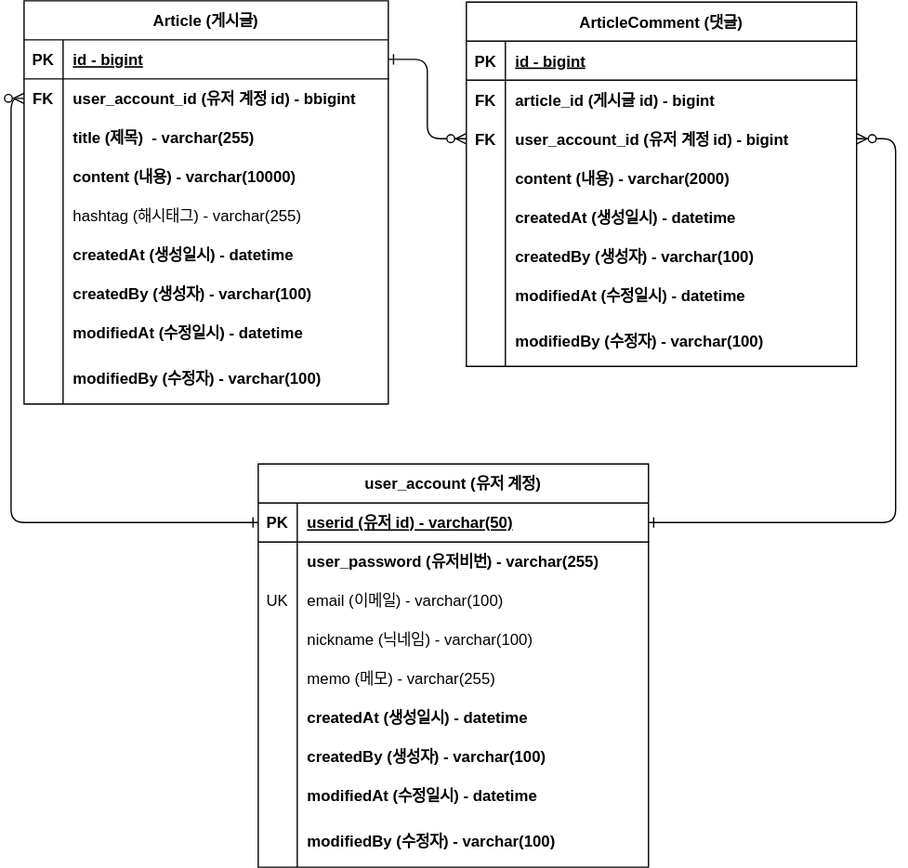
This is document/board-erd.svg from HUN0904/project-board, a draw.io export, as it was before one commit. Source tidied: cells renumbered, new cells last; positions are measured from the earlier drawing's top-left corner, leaving out a move shared by most shapes.
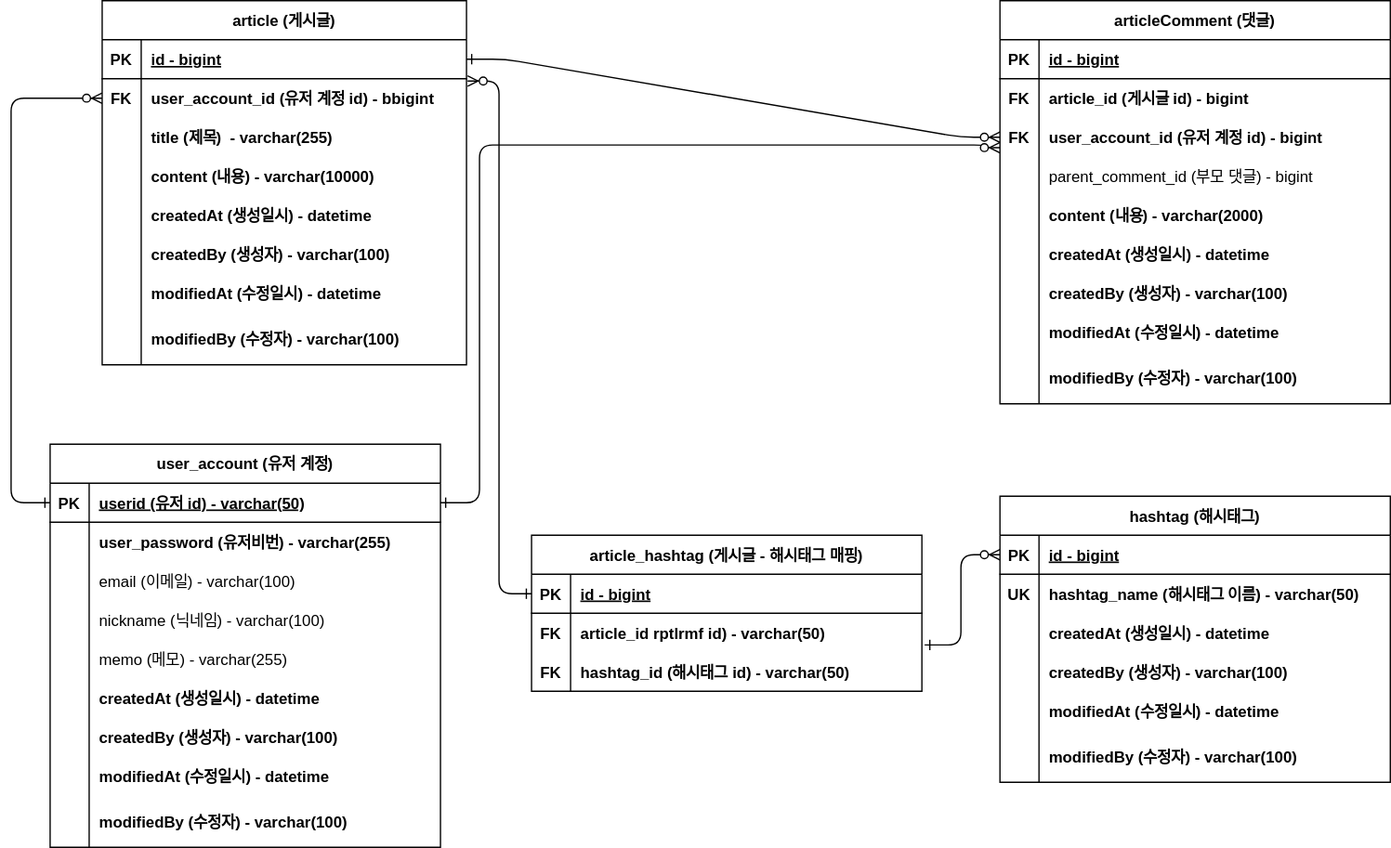
The same diagram one commit later.

What changed in the source:
```diff
@@ -5,8 +5,8 @@
     <mxCell id="2" style="edgeStyle=entityRelationEdgeStyle;endArrow=ERzeroToMany;startArrow=ERone;endFill=1;startFill=0;exitX=1;exitY=0.5;exitDx=0;exitDy=0;entryX=0;entryY=0.5;entryDx=0;entryDy=0;" parent="1" edge="1" source="29" target="10">
       <mxGeometry relative="1" as="geometry" />
     </mxCell>
-    <mxCell id="3" value="ArticleComment (댓글)" style="shape=table;startSize=30;rowLines=0;fontStyle=1;align=center;" parent="1" vertex="1">
-      <mxGeometry x="340" y="1" width="300" height="280" as="geometry" />
+    <mxCell id="3" value="articleComment (댓글)" style="shape=table;startSize=30;rowLines=0;fontStyle=1;align=center;" parent="1" vertex="1">
+      <mxGeometry x="770" width="300" height="310" as="geometry" />
     </mxCell>
     <mxCell id="4" style="shape=partialRectangle;fillColor=none;top=0;left=0;right=0;bottom=1;" parent="3" vertex="1">
       <mxGeometry y="30" width="300" height="30" as="geometry" />
@@ -35,8 +35,17 @@
     <mxCell id="12" value="user_account_id (유저 계정 id) - bigint" style="shape=partialRectangle;overflow=hidden;fillColor=none;top=0;left=0;bottom=0;right=0;align=left;spacingLeft=6;fontStyle=1;" parent="10" vertex="1">
       <mxGeometry x="30" width="270" height="30" as="geometry" />
     </mxCell>
+    <mxCell id="86" style="shape=partialRectangle;fillColor=none;top=0;left=0;right=0;bottom=0;" parent="3" vertex="1">
+      <mxGeometry y="120" width="300" height="30" as="geometry" />
+    </mxCell>
+    <mxCell id="87" style="shape=partialRectangle;overflow=hidden;fillColor=none;top=0;left=0;bottom=0;right=0;fontStyle=1;" parent="86" vertex="1">
+      <mxGeometry width="30" height="30" as="geometry" />
+    </mxCell>
+    <mxCell id="88" value="parent_comment_id (부모 댓글) - bigint" style="shape=partialRectangle;overflow=hidden;fillColor=none;top=0;left=0;bottom=0;right=0;align=left;spacingLeft=6;fontStyle=0;" parent="86" vertex="1">
+      <mxGeometry x="30" width="270" height="30" as="geometry" />
+    </mxCell>
     <mxCell id="13" style="shape=partialRectangle;fillColor=none;top=0;left=0;right=0;bottom=0;" parent="3" vertex="1">
-      <mxGeometry y="120" width="300" height="30" as="geometry" />
+      <mxGeometry y="150" width="300" height="30" as="geometry" />
     </mxCell>
     <mxCell id="14" style="shape=partialRectangle;overflow=hidden;fillColor=none;top=0;left=0;bottom=0;right=0;" parent="13" vertex="1">
       <mxGeometry width="30" height="30" as="geometry" />
@@ -45,7 +54,7 @@
       <mxGeometry x="30" width="270" height="30" as="geometry" />
     </mxCell>
     <mxCell id="16" style="shape=partialRectangle;fillColor=none;top=0;left=0;right=0;bottom=0;" parent="3" vertex="1">
-      <mxGeometry y="150" width="300" height="30" as="geometry" />
+      <mxGeometry y="180" width="300" height="30" as="geometry" />
     </mxCell>
     <mxCell id="17" style="shape=partialRectangle;overflow=hidden;fillColor=none;top=0;left=0;bottom=0;right=0;" parent="16" vertex="1">
       <mxGeometry width="30" height="30" as="geometry" />
@@ -54,7 +63,7 @@
       <mxGeometry x="30" width="270" height="30" as="geometry" />
     </mxCell>
     <mxCell id="19" style="shape=partialRectangle;fillColor=none;top=0;left=0;right=0;bottom=0;" parent="3" vertex="1">
-      <mxGeometry y="180" width="300" height="30" as="geometry" />
+      <mxGeometry y="210" width="300" height="30" as="geometry" />
     </mxCell>
     <mxCell id="20" style="shape=partialRectangle;overflow=hidden;fillColor=none;top=0;left=0;bottom=0;right=0;" parent="19" vertex="1">
       <mxGeometry width="30" height="30" as="geometry" />
@@ -63,7 +72,7 @@
       <mxGeometry x="30" width="270" height="30" as="geometry" />
     </mxCell>
     <mxCell id="22" style="shape=partialRectangle;fillColor=none;top=0;left=0;right=0;bottom=0;" parent="3" vertex="1">
-      <mxGeometry y="210" width="300" height="30" as="geometry" />
+      <mxGeometry y="240" width="300" height="30" as="geometry" />
     </mxCell>
     <mxCell id="23" style="shape=partialRectangle;overflow=hidden;fillColor=none;top=0;left=0;bottom=0;right=0;" parent="22" vertex="1">
       <mxGeometry width="30" height="30" as="geometry" />
@@ -72,7 +81,7 @@
       <mxGeometry x="30" width="270" height="30" as="geometry" />
     </mxCell>
     <mxCell id="25" style="shape=partialRectangle;fillColor=none;top=0;left=0;right=0;bottom=0;" parent="3" vertex="1">
-      <mxGeometry y="240" width="300" height="40" as="geometry" />
+      <mxGeometry y="270" width="300" height="40" as="geometry" />
     </mxCell>
     <mxCell id="26" style="shape=partialRectangle;overflow=hidden;fillColor=none;top=0;left=0;bottom=0;right=0;" parent="25" vertex="1">
       <mxGeometry width="30" height="40" as="geometry" />
@@ -80,8 +89,8 @@
     <mxCell id="27" value="modifiedBy (수정자) - varchar(100)" style="shape=partialRectangle;overflow=hidden;fillColor=none;top=0;left=0;bottom=0;right=0;align=left;spacingLeft=6;fontStyle=1;" parent="25" vertex="1">
       <mxGeometry x="30" width="270" height="40" as="geometry" />
     </mxCell>
-    <mxCell id="28" value="Article (게시글)" style="shape=table;startSize=30;rowLines=0;fontStyle=1;align=center;" parent="1" vertex="1">
-      <mxGeometry width="280" height="310" as="geometry" />
+    <mxCell id="28" value="article (게시글)" style="shape=table;startSize=30;rowLines=0;fontStyle=1;align=center;" parent="1" vertex="1">
+      <mxGeometry x="80" width="280" height="280" as="geometry" />
     </mxCell>
     <mxCell id="29" style="shape=partialRectangle;fillColor=none;points=[[0,0.5],[1,0.5]];portConstraint=eastwest;top=0;left=0;right=0;bottom=1;" parent="28" vertex="1">
       <mxGeometry y="30" width="280" height="30" as="geometry" />
@@ -119,17 +128,8 @@
     <mxCell id="40" value="content (내용) - varchar(10000)" style="shape=partialRectangle;overflow=hidden;fillColor=none;top=0;left=0;bottom=0;right=0;align=left;spacingLeft=6;fontStyle=1;" parent="38" vertex="1">
       <mxGeometry x="30" width="250" height="30" as="geometry" />
     </mxCell>
-    <mxCell id="41" style="shape=partialRectangle;fillColor=none;top=0;left=0;right=0;bottom=0;" parent="28" vertex="1">
-      <mxGeometry y="150" width="280" height="30" as="geometry" />
-    </mxCell>
-    <mxCell id="42" style="shape=partialRectangle;overflow=hidden;fillColor=none;top=0;left=0;bottom=0;right=0;" parent="41" vertex="1">
-      <mxGeometry width="30" height="30" as="geometry" />
-    </mxCell>
-    <mxCell id="43" value="hashtag (해시태그) - varchar(255)   " style="shape=partialRectangle;overflow=hidden;fillColor=none;top=0;left=0;bottom=0;right=0;align=left;spacingLeft=6;fontStyle=0;" parent="41" vertex="1">
-      <mxGeometry x="30" width="250" height="30" as="geometry" />
-    </mxCell>
     <mxCell id="44" style="shape=partialRectangle;fillColor=none;top=0;left=0;right=0;bottom=0;" parent="28" vertex="1">
-      <mxGeometry y="180" width="280" height="30" as="geometry" />
+      <mxGeometry y="150" width="280" height="30" as="geometry" />
     </mxCell>
     <mxCell id="45" style="shape=partialRectangle;overflow=hidden;fillColor=none;top=0;left=0;bottom=0;right=0;" parent="44" vertex="1">
       <mxGeometry width="30" height="30" as="geometry" />
@@ -138,7 +138,7 @@
       <mxGeometry x="30" width="250" height="30" as="geometry" />
     </mxCell>
     <mxCell id="47" style="shape=partialRectangle;fillColor=none;top=0;left=0;right=0;bottom=0;" parent="28" vertex="1">
-      <mxGeometry y="210" width="280" height="30" as="geometry" />
+      <mxGeometry y="180" width="280" height="30" as="geometry" />
     </mxCell>
     <mxCell id="48" style="shape=partialRectangle;overflow=hidden;fillColor=none;top=0;left=0;bottom=0;right=0;" parent="47" vertex="1">
       <mxGeometry width="30" height="30" as="geometry" />
@@ -147,7 +147,7 @@
       <mxGeometry x="30" width="250" height="30" as="geometry" />
     </mxCell>
     <mxCell id="50" style="shape=partialRectangle;fillColor=none;top=0;left=0;right=0;bottom=0;" parent="28" vertex="1">
-      <mxGeometry y="240" width="280" height="30" as="geometry" />
+      <mxGeometry y="210" width="280" height="30" as="geometry" />
     </mxCell>
     <mxCell id="51" style="shape=partialRectangle;overflow=hidden;fillColor=none;top=0;left=0;bottom=0;right=0;" parent="50" vertex="1">
       <mxGeometry width="30" height="30" as="geometry" />
@@ -156,7 +156,7 @@
       <mxGeometry x="30" width="250" height="30" as="geometry" />
     </mxCell>
     <mxCell id="53" style="shape=partialRectangle;fillColor=none;top=0;left=0;right=0;bottom=0;" parent="28" vertex="1">
-      <mxGeometry y="270" width="280" height="40" as="geometry" />
+      <mxGeometry y="240" width="280" height="40" as="geometry" />
     </mxCell>
     <mxCell id="54" style="shape=partialRectangle;overflow=hidden;fillColor=none;top=0;left=0;bottom=0;right=0;" parent="53" vertex="1">
       <mxGeometry width="30" height="40" as="geometry" />
@@ -165,7 +165,7 @@
       <mxGeometry x="30" width="250" height="40" as="geometry" />
     </mxCell>
     <mxCell id="56" value="user_account (유저 계정)" style="shape=table;startSize=30;rowLines=0;fontStyle=1;align=center;" parent="1" vertex="1">
-      <mxGeometry x="180" y="356" width="300" height="310" as="geometry" />
+      <mxGeometry x="40" y="341" width="300" height="310" as="geometry" />
     </mxCell>
     <mxCell id="57" style="shape=partialRectangle;fillColor=none;points=[[0,0.5],[1,0.5]];portConstraint=eastwest;top=0;left=0;right=0;bottom=1;" parent="56" vertex="1">
       <mxGeometry y="30" width="300" height="30" as="geometry" />
@@ -188,7 +188,7 @@
     <mxCell id="63" style="shape=partialRectangle;fillColor=none;top=0;left=0;right=0;bottom=0;" parent="56" vertex="1">
       <mxGeometry y="90" width="300" height="30" as="geometry" />
     </mxCell>
-    <mxCell id="64" value="UK" style="shape=partialRectangle;overflow=hidden;fillColor=none;top=0;left=0;bottom=0;right=0;" parent="63" vertex="1">
+    <mxCell id="64" style="shape=partialRectangle;overflow=hidden;fillColor=none;top=0;left=0;bottom=0;right=0;" parent="63" vertex="1">
       <mxGeometry width="30" height="30" as="geometry" />
     </mxCell>
     <mxCell id="65" value="email (이메일) - varchar(100) " style="shape=partialRectangle;overflow=hidden;fillColor=none;top=0;left=0;bottom=0;right=0;align=left;spacingLeft=6;fontStyle=0;" parent="63" vertex="1">
@@ -248,16 +248,116 @@
     <mxCell id="83" value="modifiedBy (수정자) - varchar(100)" style="shape=partialRectangle;overflow=hidden;fillColor=none;top=0;left=0;bottom=0;right=0;align=left;spacingLeft=6;fontStyle=1;" parent="81" vertex="1">
       <mxGeometry x="30" width="270" height="40" as="geometry" />
     </mxCell>
+    <mxCell id="85" style="edgeStyle=orthogonalEdgeStyle;endArrow=ERzeroToMany;startArrow=ERone;endFill=1;startFill=0;exitX=0;exitY=0.5;exitDx=0;exitDy=0;entryX=0;entryY=0.5;entryDx=0;entryDy=0;" parent="1" edge="1" source="57" target="32">
+      <mxGeometry relative="1" as="geometry">
+        <Array as="points">
+          <mxPoint x="10" y="386" />
+          <mxPoint x="10" y="75" />
+        </Array>
+      </mxGeometry>
+    </mxCell>
+    <mxCell id="89" value="hashtag (해시태그)" style="shape=table;startSize=30;rowLines=0;fontStyle=1;align=center;" parent="1" vertex="1">
+      <mxGeometry x="770" y="381" width="300" height="220" as="geometry" />
+    </mxCell>
+    <mxCell id="90" style="shape=partialRectangle;fillColor=none;points=[[0,0.5],[1,0.5]];portConstraint=eastwest;top=0;left=0;right=0;bottom=1;" parent="89" vertex="1">
+      <mxGeometry y="30" width="300" height="30" as="geometry" />
+    </mxCell>
+    <mxCell id="91" value="PK" style="shape=partialRectangle;overflow=hidden;fillColor=none;top=0;left=0;bottom=0;right=0;fontStyle=1;" parent="90" vertex="1">
+      <mxGeometry width="30" height="30" as="geometry" />
+    </mxCell>
+    <mxCell id="92" value="id - bigint" style="shape=partialRectangle;overflow=hidden;fillColor=none;top=0;left=0;bottom=0;right=0;align=left;spacingLeft=6;fontStyle=5;" parent="90" vertex="1">
+      <mxGeometry x="30" width="270" height="30" as="geometry" />
+    </mxCell>
+    <mxCell id="93" style="shape=partialRectangle;fillColor=none;top=0;left=0;right=0;bottom=0;" parent="89" vertex="1">
+      <mxGeometry y="60" width="300" height="30" as="geometry" />
+    </mxCell>
+    <mxCell id="94" value="UK" style="shape=partialRectangle;overflow=hidden;fillColor=none;top=0;left=0;bottom=0;right=0;fontStyle=1;" parent="93" vertex="1">
+      <mxGeometry width="30" height="30" as="geometry" />
+    </mxCell>
+    <mxCell id="95" value="hashtag_name (해시태그 이름) - varchar(50)" style="shape=partialRectangle;overflow=hidden;fillColor=none;top=0;left=0;bottom=0;right=0;align=left;spacingLeft=6;fontStyle=1;" parent="93" vertex="1">
+      <mxGeometry x="30" width="270" height="30" as="geometry" />
+    </mxCell>
+    <mxCell id="96" style="shape=partialRectangle;fillColor=none;top=0;left=0;right=0;bottom=0;" parent="89" vertex="1">
+      <mxGeometry y="90" width="300" height="30" as="geometry" />
+    </mxCell>
+    <mxCell id="97" style="shape=partialRectangle;overflow=hidden;fillColor=none;top=0;left=0;bottom=0;right=0;" parent="96" vertex="1">
+      <mxGeometry width="30" height="30" as="geometry" />
+    </mxCell>
+    <mxCell id="98" value="createdAt (생성일시) - datetime" style="shape=partialRectangle;overflow=hidden;fillColor=none;top=0;left=0;bottom=0;right=0;align=left;spacingLeft=6;fontStyle=1;" parent="96" vertex="1">
+      <mxGeometry x="30" width="270" height="30" as="geometry" />
+    </mxCell>
+    <mxCell id="99" style="shape=partialRectangle;fillColor=none;top=0;left=0;right=0;bottom=0;" parent="89" vertex="1">
+      <mxGeometry y="120" width="300" height="30" as="geometry" />
+    </mxCell>
+    <mxCell id="100" style="shape=partialRectangle;overflow=hidden;fillColor=none;top=0;left=0;bottom=0;right=0;" parent="99" vertex="1">
+      <mxGeometry width="30" height="30" as="geometry" />
+    </mxCell>
+    <mxCell id="101" value="createdBy (생성자) - varchar(100)" style="shape=partialRectangle;overflow=hidden;fillColor=none;top=0;left=0;bottom=0;right=0;align=left;spacingLeft=6;fontStyle=1;" parent="99" vertex="1">
+      <mxGeometry x="30" width="270" height="30" as="geometry" />
+    </mxCell>
+    <mxCell id="102" style="shape=partialRectangle;fillColor=none;top=0;left=0;right=0;bottom=0;" parent="89" vertex="1">
+      <mxGeometry y="150" width="300" height="30" as="geometry" />
+    </mxCell>
+    <mxCell id="103" style="shape=partialRectangle;overflow=hidden;fillColor=none;top=0;left=0;bottom=0;right=0;" parent="102" vertex="1">
+      <mxGeometry width="30" height="30" as="geometry" />
+    </mxCell>
+    <mxCell id="104" value="modifiedAt (수정일시) - datetime" style="shape=partialRectangle;overflow=hidden;fillColor=none;top=0;left=0;bottom=0;right=0;align=left;spacingLeft=6;fontStyle=1;" parent="102" vertex="1">
+      <mxGeometry x="30" width="270" height="30" as="geometry" />
+    </mxCell>
+    <mxCell id="105" style="shape=partialRectangle;fillColor=none;top=0;left=0;right=0;bottom=0;" parent="89" vertex="1">
+      <mxGeometry y="180" width="300" height="40" as="geometry" />
+    </mxCell>
+    <mxCell id="106" style="shape=partialRectangle;overflow=hidden;fillColor=none;top=0;left=0;bottom=0;right=0;" parent="105" vertex="1">
+      <mxGeometry width="30" height="40" as="geometry" />
+    </mxCell>
+    <mxCell id="107" value="modifiedBy (수정자) - varchar(100)" style="shape=partialRectangle;overflow=hidden;fillColor=none;top=0;left=0;bottom=0;right=0;align=left;spacingLeft=6;fontStyle=1;" parent="105" vertex="1">
+      <mxGeometry x="30" width="270" height="40" as="geometry" />
+    </mxCell>
+    <mxCell id="108" value="article_hashtag (게시글 - 해시태그 매핑)" style="shape=table;startSize=30;rowLines=0;fontStyle=1;align=center;" parent="1" vertex="1">
+      <mxGeometry x="410" y="411" width="300" height="120" as="geometry" />
+    </mxCell>
+    <mxCell id="109" style="shape=partialRectangle;fillColor=none;points=[[0,0.5],[1,0.5]];portConstraint=eastwest;top=0;left=0;right=0;bottom=1;" parent="108" vertex="1">
+      <mxGeometry y="30" width="300" height="30" as="geometry" />
+    </mxCell>
+    <mxCell id="110" value="PK" style="shape=partialRectangle;overflow=hidden;fillColor=none;top=0;left=0;bottom=0;right=0;fontStyle=1;" parent="109" vertex="1">
+      <mxGeometry width="30" height="30" as="geometry" />
+    </mxCell>
+    <mxCell id="111" value="id - bigint" style="shape=partialRectangle;overflow=hidden;fillColor=none;top=0;left=0;bottom=0;right=0;align=left;spacingLeft=6;fontStyle=5;" parent="109" vertex="1">
+      <mxGeometry x="30" width="270" height="30" as="geometry" />
+    </mxCell>
+    <mxCell id="112" style="shape=partialRectangle;fillColor=none;points=[[0,0.5],[1,0.5]];portConstraint=eastwest;top=0;left=0;right=0;bottom=0;" parent="108" vertex="1">
+      <mxGeometry y="60" width="300" height="30" as="geometry" />
+    </mxCell>
+    <mxCell id="113" value="FK" style="shape=partialRectangle;overflow=hidden;fillColor=none;top=0;left=0;bottom=0;right=0;fontStyle=1;" parent="112" vertex="1">
+      <mxGeometry width="30" height="30" as="geometry" />
+    </mxCell>
+    <mxCell id="114" value="article_id rptlrmf id) - varchar(50)" style="shape=partialRectangle;overflow=hidden;fillColor=none;top=0;left=0;bottom=0;right=0;align=left;spacingLeft=6;fontStyle=1;" parent="112" vertex="1">
+      <mxGeometry x="30" width="270" height="30" as="geometry" />
+    </mxCell>
+    <mxCell id="115" style="shape=partialRectangle;fillColor=none;top=0;left=0;right=0;bottom=0;" parent="108" vertex="1">
+      <mxGeometry y="90" width="300" height="30" as="geometry" />
+    </mxCell>
+    <mxCell id="116" value="FK" style="shape=partialRectangle;overflow=hidden;fillColor=none;top=0;left=0;bottom=0;right=0;fontStyle=1;" parent="115" vertex="1">
+      <mxGeometry width="30" height="30" as="geometry" />
+    </mxCell>
+    <mxCell id="117" value="hashtag_id (해시태그 id) - varchar(50)" style="shape=partialRectangle;overflow=hidden;fillColor=none;top=0;left=0;bottom=0;right=0;align=left;spacingLeft=6;fontStyle=1;" parent="115" vertex="1">
+      <mxGeometry x="30" width="270" height="30" as="geometry" />
+    </mxCell>
+    <mxCell id="118" style="edgeStyle=orthogonalEdgeStyle;endArrow=ERzeroToMany;startArrow=ERone;endFill=1;startFill=0;entryX=1.003;entryY=0.06;entryDx=0;entryDy=0;entryPerimeter=0;exitX=0;exitY=0.5;exitDx=0;exitDy=0;" parent="1" edge="1" source="109" target="32">
+      <mxGeometry relative="1" as="geometry" />
+    </mxCell>
-    <mxCell id="84" style="edgeStyle=orthogonalEdgeStyle;endArrow=ERzeroToMany;startArrow=ERone;endFill=1;startFill=0;exitX=1;exitY=0.5;exitDx=0;exitDy=0;entryX=1;entryY=0.5;entryDx=0;entryDy=0;" parent="1" edge="1" source="57" target="10">
+    <mxCell id="84" style="edgeStyle=orthogonalEdgeStyle;endArrow=ERzeroToMany;startArrow=ERone;endFill=1;startFill=0;exitX=1;exitY=0.5;exitDx=0;exitDy=0;" parent="1" edge="1" source="57" target="10">
       <mxGeometry relative="1" as="geometry">
         <Array as="points">
-          <mxPoint x="670" y="401" />
-          <mxPoint x="670" y="106" />
+          <mxPoint x="370" y="386" />
+          <mxPoint x="370" y="111" />
+          <mxPoint x="760" y="111" />
+          <mxPoint x="760" y="113" />
         </Array>
       </mxGeometry>
     </mxCell>
-    <mxCell id="85" style="edgeStyle=orthogonalEdgeStyle;endArrow=ERzeroToMany;startArrow=ERone;endFill=1;startFill=0;exitX=0;exitY=0.5;exitDx=0;exitDy=0;entryX=0;entryY=0.5;entryDx=0;entryDy=0;" parent="1" edge="1" source="57" target="32">
-      <mxGeometry relative="1" as="geometry" />
-    </mxCell>
+    <mxCell id="119" style="edgeStyle=orthogonalEdgeStyle;endArrow=ERzeroToMany;startArrow=ERone;endFill=1;startFill=0;exitX=1.007;exitY=0.813;exitDx=0;exitDy=0;exitPerimeter=0;entryX=0;entryY=0.5;entryDx=0;entryDy=0;" parent="1" edge="1" source="112" target="90">
+      <mxGeometry relative="1" as="geometry" />
+    </mxCell>
   </root>
 </mxGraphModel>
```
